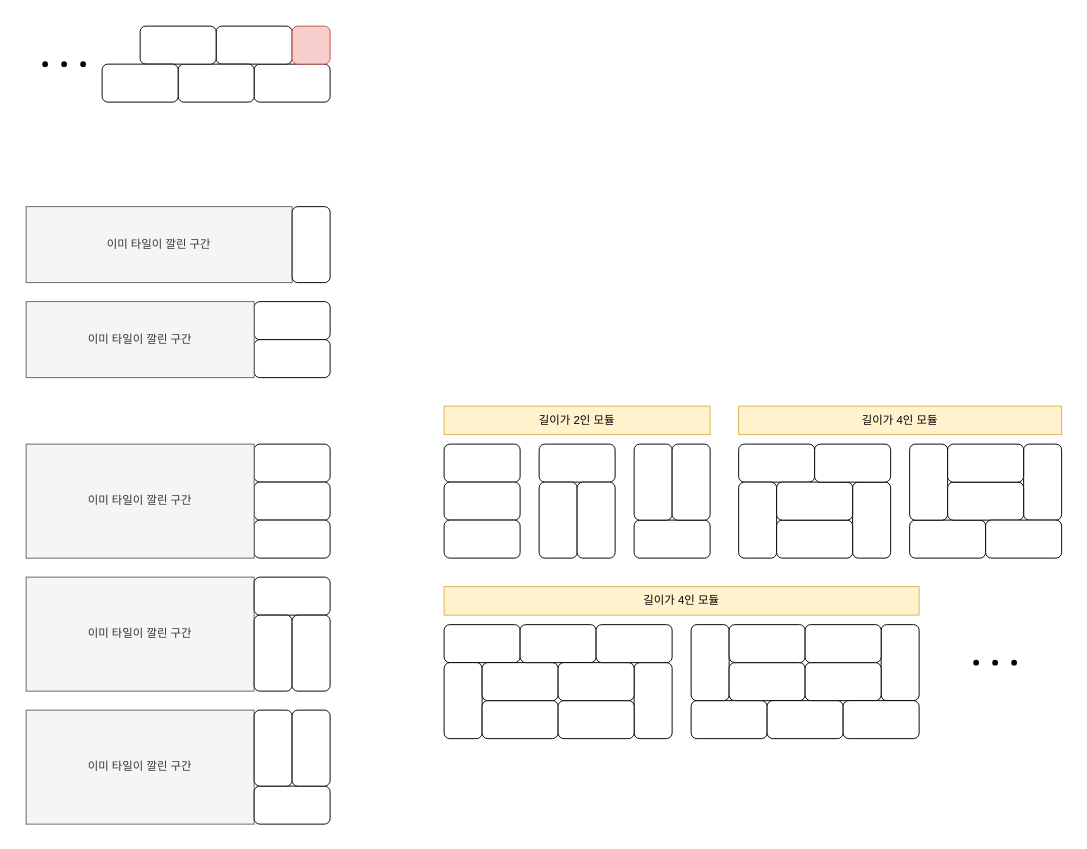
The draw.io diagram Baekjoon Online Judge/drawio/25796.drawio in celbeing/PS_STUDY, before the edit. Source tidied: cells renumbered, new cells numbered last; positions are measured from the earlier drawing's top-left corner, leaving out a move shared by most shapes. Both pictures are drawn from the tidied source at 95%, with x=0, y=0 at pixel (16, 16).
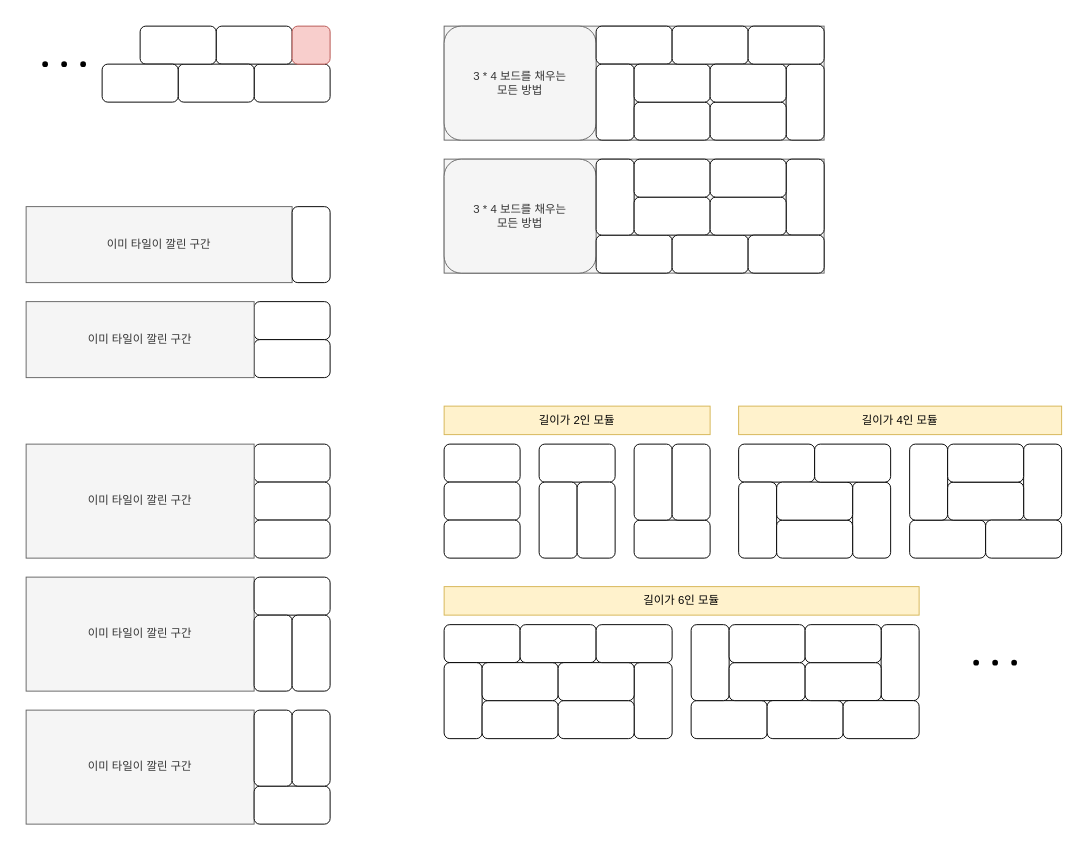
The same page after the edit.

Diff of the diagram source:
```diff
@@
+    <mxCell id="77" style="rounded=0;whiteSpace=wrap;html=1;strokeColor=none;" parent="1" vertex="1">
+      <mxGeometry x="440" width="420" height="280" as="geometry" />
+    </mxCell>
@@
-    <mxCell id="73" value="길이가 4인 모듈" style="text;html=1;align=center;verticalAlign=middle;whiteSpace=wrap;rounded=0;strokeColor=#d6b656;fillColor=#fff2cc;" parent="1" vertex="1">
+    <mxCell id="73" value="길이가 6인 모듈" style="text;html=1;align=center;verticalAlign=middle;whiteSpace=wrap;rounded=0;strokeColor=#d6b656;fillColor=#fff2cc;" parent="1" vertex="1">
       <mxGeometry x="450" y="600" width="500" height="30" as="geometry" />
     </mxCell>
@@
+    <mxCell id="78" style="rounded=0;whiteSpace=wrap;html=1;fillColor=#f5f5f5;strokeColor=#666666;fontColor=#333333;" parent="1" vertex="1">
+      <mxGeometry x="450" y="10" width="400" height="120" as="geometry" />
+    </mxCell>
+    <mxCell id="79" value="3 * 4 보드를 채우는&lt;div&gt;모든 방법&lt;/div&gt;" style="rounded=1;whiteSpace=wrap;html=1;fillColor=#f5f5f5;fontColor=#333333;strokeColor=#666666;" parent="1" vertex="1">
+      <mxGeometry x="450" y="10" width="160" height="120" as="geometry" />
+    </mxCell>
+    <mxCell id="80" style="rounded=1;whiteSpace=wrap;html=1;" parent="1" vertex="1">
+      <mxGeometry x="610" y="10" width="80" height="40" as="geometry" />
+    </mxCell>
+    <mxCell id="81" style="rounded=1;whiteSpace=wrap;html=1;" parent="1" vertex="1">
+      <mxGeometry x="610" y="50" width="40" height="80" as="geometry" />
+    </mxCell>
+    <mxCell id="82" style="rounded=1;whiteSpace=wrap;html=1;" parent="1" vertex="1">
+      <mxGeometry x="650" y="90" width="80" height="40" as="geometry" />
+    </mxCell>
+    <mxCell id="83" style="rounded=1;whiteSpace=wrap;html=1;" parent="1" vertex="1">
+      <mxGeometry x="650" y="50" width="80" height="40" as="geometry" />
+    </mxCell>
+    <mxCell id="84" style="rounded=1;whiteSpace=wrap;html=1;" parent="1" vertex="1">
+      <mxGeometry x="690" y="10" width="80" height="40" as="geometry" />
+    </mxCell>
+    <mxCell id="85" style="rounded=1;whiteSpace=wrap;html=1;" parent="1" vertex="1">
+      <mxGeometry x="810" y="50" width="40" height="80" as="geometry" />
+    </mxCell>
+    <mxCell id="86" style="rounded=1;whiteSpace=wrap;html=1;" parent="1" vertex="1">
+      <mxGeometry x="730" y="90" width="80" height="40" as="geometry" />
+    </mxCell>
+    <mxCell id="87" style="rounded=1;whiteSpace=wrap;html=1;" parent="1" vertex="1">
+      <mxGeometry x="730" y="50" width="80" height="40" as="geometry" />
+    </mxCell>
+    <mxCell id="88" style="rounded=1;whiteSpace=wrap;html=1;" parent="1" vertex="1">
+      <mxGeometry x="770" y="10" width="80" height="40" as="geometry" />
+    </mxCell>
+    <mxCell id="89" style="rounded=0;whiteSpace=wrap;html=1;fillColor=#f5f5f5;strokeColor=#666666;fontColor=#333333;" parent="1" vertex="1">
+      <mxGeometry x="450" y="150" width="400" height="120" as="geometry" />
+    </mxCell>
+    <mxCell id="90" value="3 * 4 보드를 채우는&lt;div&gt;모든 방법&lt;/div&gt;" style="rounded=1;whiteSpace=wrap;html=1;fillColor=#f5f5f5;fontColor=#333333;strokeColor=#666666;" parent="1" vertex="1">
+      <mxGeometry x="450" y="150" width="160" height="120" as="geometry" />
+    </mxCell>
+    <mxCell id="91" style="rounded=1;whiteSpace=wrap;html=1;" parent="1" vertex="1">
+      <mxGeometry x="610" y="230" width="80" height="40" as="geometry" />
+    </mxCell>
+    <mxCell id="92" style="rounded=1;whiteSpace=wrap;html=1;" parent="1" vertex="1">
+      <mxGeometry x="610" y="150" width="40" height="80" as="geometry" />
+    </mxCell>
+    <mxCell id="93" style="rounded=1;whiteSpace=wrap;html=1;" parent="1" vertex="1">
+      <mxGeometry x="650" y="190" width="80" height="40" as="geometry" />
+    </mxCell>
+    <mxCell id="94" style="rounded=1;whiteSpace=wrap;html=1;" parent="1" vertex="1">
+      <mxGeometry x="650" y="150" width="80" height="40" as="geometry" />
+    </mxCell>
+    <mxCell id="95" style="rounded=1;whiteSpace=wrap;html=1;" parent="1" vertex="1">
+      <mxGeometry x="690" y="230" width="80" height="40" as="geometry" />
+    </mxCell>
+    <mxCell id="96" style="rounded=1;whiteSpace=wrap;html=1;" parent="1" vertex="1">
+      <mxGeometry x="810" y="150" width="40" height="80" as="geometry" />
+    </mxCell>
+    <mxCell id="97" style="rounded=1;whiteSpace=wrap;html=1;" parent="1" vertex="1">
+      <mxGeometry x="730" y="190" width="80" height="40" as="geometry" />
+    </mxCell>
+    <mxCell id="98" style="rounded=1;whiteSpace=wrap;html=1;" parent="1" vertex="1">
+      <mxGeometry x="730" y="150" width="80" height="40" as="geometry" />
+    </mxCell>
+    <mxCell id="99" style="rounded=1;whiteSpace=wrap;html=1;" parent="1" vertex="1">
+      <mxGeometry x="770" y="230" width="80" height="40" as="geometry" />
+    </mxCell>
```
